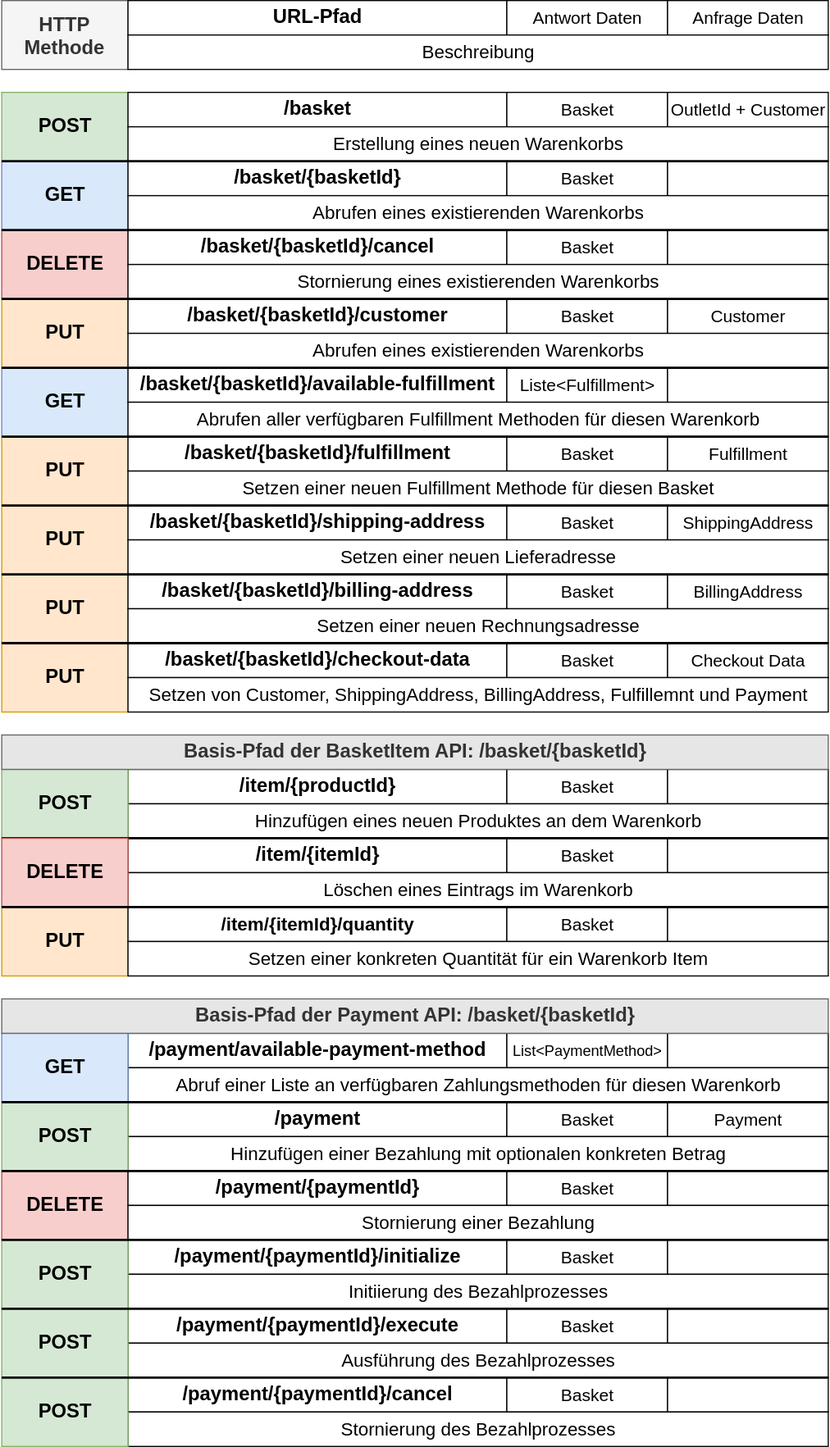
Before: svg/REST API.svg, a diagram exported from draw.io (Thalmaier/bachelor-thesis). Source tidied: cells renumbered, new cells last; positions are measured from the earlier drawing's top-left corner, leaving out a move shared by most shapes.
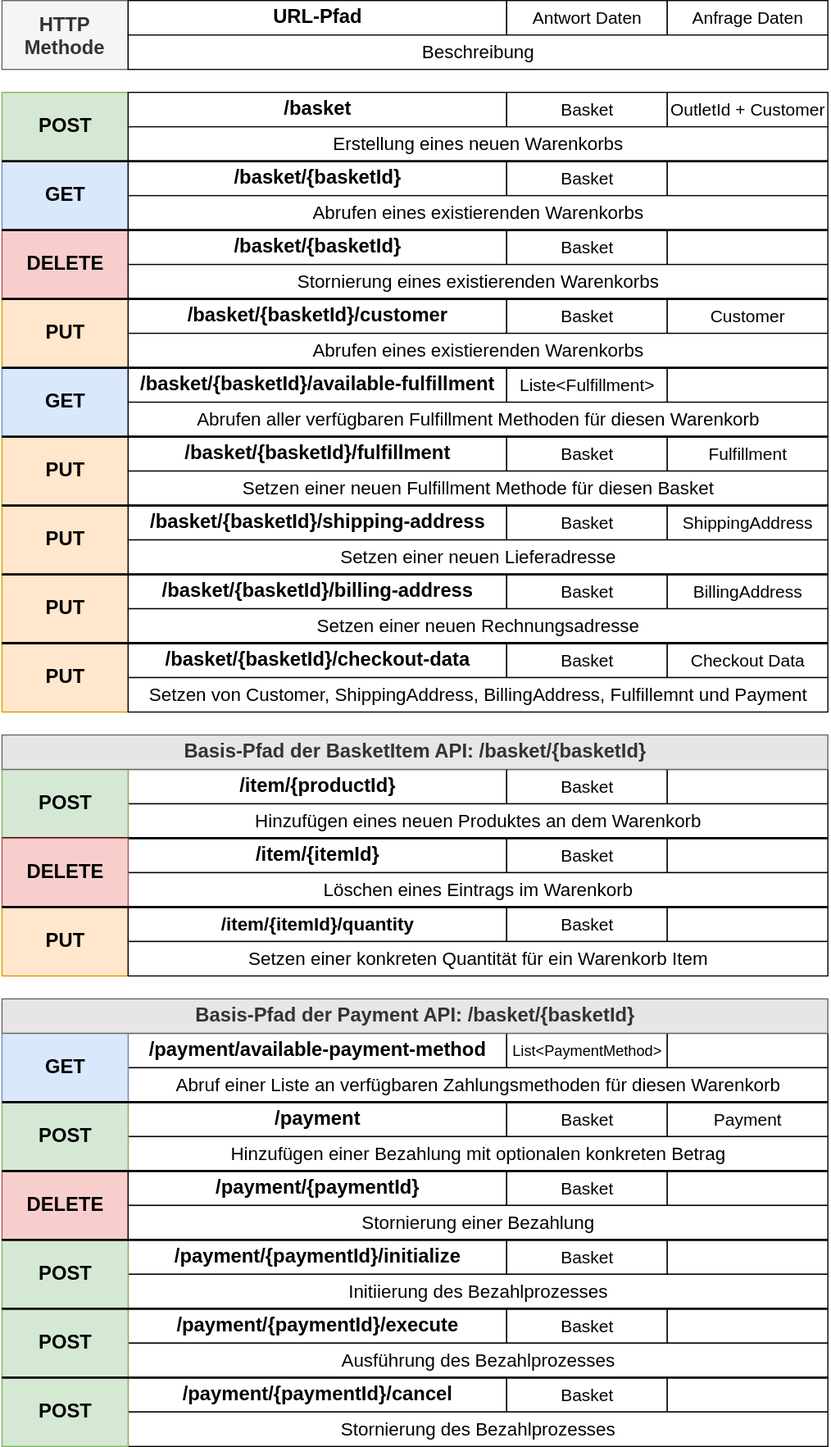
The same file after the commit.

Change to the diagram source:
```diff
@@ -49,7 +49,7 @@
         <mxPoint y="140" as="sourcePoint" />
       </mxGeometry>
     </mxCell>
-    <mxCell id="17" value="/basket/{basketId}/cancel" style="rounded=0;html=1;fontStyle=1;fontSize=17;align=center;fillColor=#FFFFFF;strokeColor=#000000;" parent="1" vertex="1">
+    <mxCell id="17" value="/basket/{basketId}" style="rounded=0;html=1;fontStyle=1;fontSize=17;align=center;fillColor=#FFFFFF;strokeColor=#000000;" parent="1" vertex="1">
       <mxGeometry x="110" y="200" width="330" height="30" as="geometry" />
     </mxCell>
     <mxCell id="18" value="Basket" style="rounded=0;html=1;fontStyle=0;fontSize=15;fillColor=#FFFFFF;strokeColor=#000000;" parent="1" vertex="1">
```
